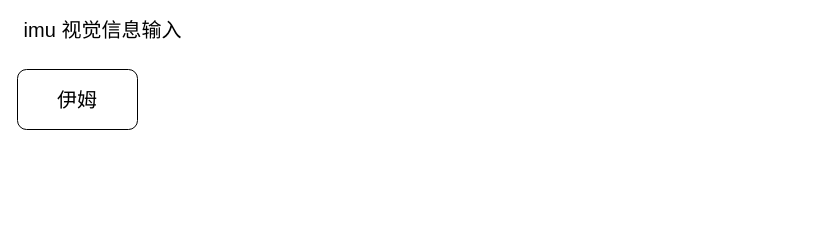
Earlier version of the draw.io diagram imu_fisheye.drawio (Peter1qaz2wsx/flow_chart-). Source tidied: cells renumbered, new cells numbered last; positions are measured from the earlier drawing's top-left corner, leaving out a move shared by most shapes. Both pictures are drawn from the tidied source at 100%, with x=0, y=0 at pixel (17, 19).
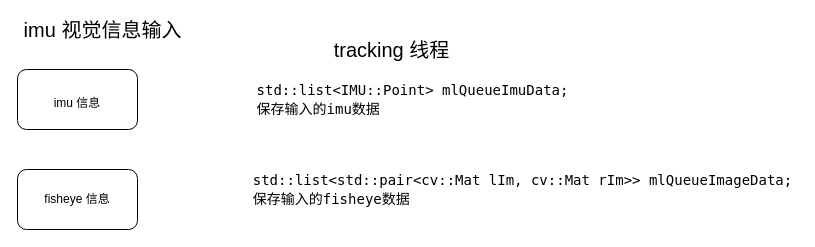
The same page after the edit.

The edit, as a diff of the source:
```diff
@@
 <mxGraphModel>
   <root>
     <mxCell id="0" />
     <mxCell id="1" parent="0" />
     <mxCell id="2" value="&lt;span style=&quot;font-size: 20px&quot;&gt;imu 视觉信息输入&lt;/span&gt;" style="text;html=1;align=center;verticalAlign=middle;strokeColor=none;fillColor=none;" parent="1" vertex="1">
       <mxGeometry width="170" height="20" as="geometry" />
     </mxCell>
-    <mxCell id="3" value="伊姆" style="rounded=1;whiteSpace=wrap;html=1;fontSize=20;" parent="1" vertex="1">
+    <mxCell id="3" value="&lt;font style=&quot;vertical-align: inherit ; font-size: 12px&quot;&gt;imu 信息&lt;/font&gt;" style="rounded=1;whiteSpace=wrap;html=1;fontSize=20;" parent="1" vertex="1">
       <mxGeometry y="50" width="120" height="60" as="geometry" />
     </mxCell>
+    <mxCell id="4" value="fisheye 信息" style="rounded=1;whiteSpace=wrap;html=1;" parent="1" vertex="1">
+      <mxGeometry y="150" width="120" height="60" as="geometry" />
+    </mxCell>
+    <mxCell id="5" value="&lt;font style=&quot;font-size: 20px&quot;&gt;tracking 线程&lt;/font&gt;" style="text;html=1;align=center;verticalAlign=middle;strokeColor=none;fillColor=none;fontSize=12;" parent="1" vertex="1">
+      <mxGeometry x="309" y="20" width="130" height="20" as="geometry" />
+    </mxCell>
+    <mxCell id="6" value="&lt;div style=&quot;text-align: justify ; font-family: &amp;#34;droid sans mono&amp;#34; , &amp;#34;monospace&amp;#34; , monospace , &amp;#34;droid sans fallback&amp;#34; ; font-size: 14px ; line-height: 19px&quot;&gt;std::list&amp;lt;IMU::Point&amp;gt; mlQueueImuData;&lt;/div&gt;&lt;div style=&quot;text-align: justify ; font-family: &amp;#34;droid sans mono&amp;#34; , &amp;#34;monospace&amp;#34; , monospace , &amp;#34;droid sans fallback&amp;#34; ; font-size: 14px ; line-height: 19px&quot;&gt;保存输入的imu数据&lt;/div&gt;" style="text;html=1;align=center;verticalAlign=middle;strokeColor=none;fillColor=none;fontSize=20;" parent="1" vertex="1">
+      <mxGeometry x="230" y="60" width="330" height="40" as="geometry" />
+    </mxCell>
+    <mxCell id="7" value="&lt;div style=&quot;text-align: justify ; font-family: &amp;#34;droid sans mono&amp;#34; , &amp;#34;monospace&amp;#34; , monospace , &amp;#34;droid sans fallback&amp;#34; ; font-size: 14px ; line-height: 19px&quot;&gt;std::list&amp;lt;std::pair&amp;lt;&lt;span style=&quot;font-family: &amp;#34;droid sans mono&amp;#34; , &amp;#34;monospace&amp;#34; , monospace , &amp;#34;droid sans fallback&amp;#34;&quot;&gt;cv&lt;/span&gt;&lt;span style=&quot;font-family: &amp;#34;droid sans mono&amp;#34; , &amp;#34;monospace&amp;#34; , monospace , &amp;#34;droid sans fallback&amp;#34;&quot;&gt;::Mat lIm,&amp;nbsp;&lt;/span&gt;&lt;span style=&quot;font-family: &amp;#34;droid sans mono&amp;#34; , &amp;#34;monospace&amp;#34; , monospace , &amp;#34;droid sans fallback&amp;#34; ; text-align: center&quot;&gt;cv&lt;/span&gt;&lt;span style=&quot;font-family: &amp;#34;droid sans mono&amp;#34; , &amp;#34;monospace&amp;#34; , monospace , &amp;#34;droid sans fallback&amp;#34; ; text-align: center&quot;&gt;::Mat rIm&amp;gt;&lt;/span&gt;&amp;gt; mlQueueImageData;&lt;/div&gt;&lt;div style=&quot;text-align: justify ; font-family: &amp;#34;droid sans mono&amp;#34; , &amp;#34;monospace&amp;#34; , monospace , &amp;#34;droid sans fallback&amp;#34; ; font-size: 14px ; line-height: 19px&quot;&gt;保存输入的fisheye数据&lt;/div&gt;" style="text;html=1;align=center;verticalAlign=middle;strokeColor=none;fillColor=none;fontSize=20;fontColor=#000000;" parent="1" vertex="1">
+      <mxGeometry x="230" y="150" width="550" height="40" as="geometry" />
+    </mxCell>
   </root>
 </mxGraphModel>
```
